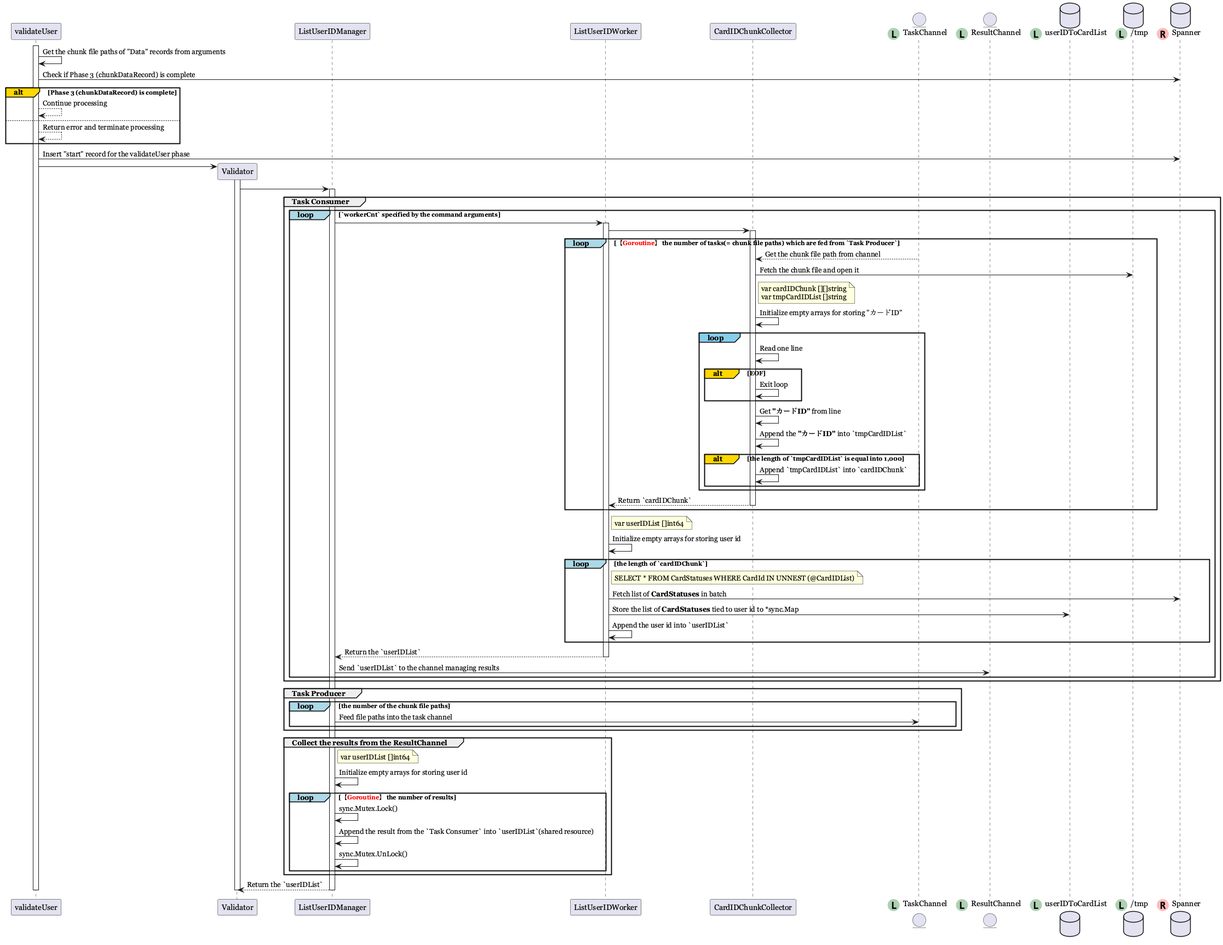
The PlantUML diagram en_validate_user.png in norun9/uml, before a commit.
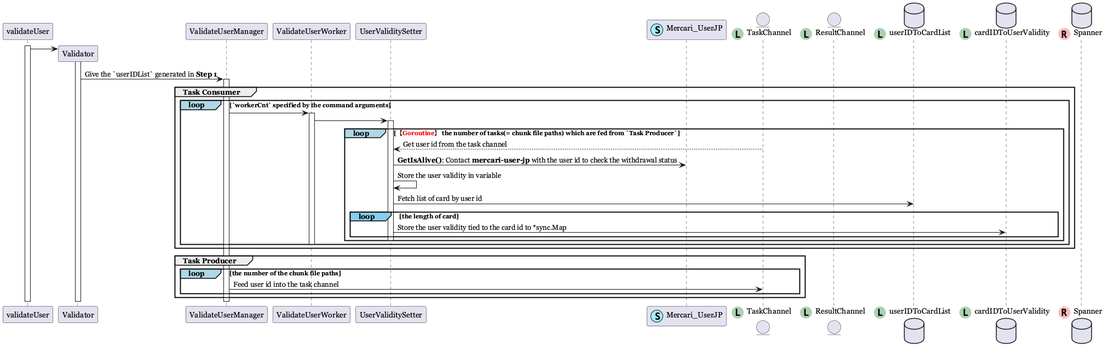
Later version of the same file.

What changed in the source:
```diff
@@ -2,93 +2,54 @@
 skinparam defaultFontName Georgia
 participant validateUser
 participant Validator
-participant ListUserIDManager
-participant ListUserIDWorker
-participant CardIDChunkCollector
+participant ValidateUserManager
+participant ValidateUserWorker
+participant UserValiditySetter
+
+participant Mercari_UserJP as ms << (S, #a4edfc) >>
 
 entity TaskChannel << (L, #ADD1B2) >>
 entity ResultChannel << (L, #ADD1B2) >>
 
 database userIDToCardList << (L, #ADD1B2) >>
-database "/tmp" as tmp << (L, #ADD1B2) >>
+database cardIDToUserValidity << (L, #ADD1B2) >>
 database Spanner << (R, #FFBBBB) >>
 activate validateUser
-validateUser -> validateUser: Get the chunk file paths of "Data" records from arguments
-validateUser -> Spanner: Check if Phase 3 (chunkDataRecord) is complete
-alt#Gold Phase 3 (chunkDataRecord) is complete
-    validateUser --> validateUser: Continue processing
-else
-    validateUser --> validateUser: Return error and terminate processing
-end
-
-validateUser -> Spanner: Insert "start" record for the validateUser phase
 
 create Validator
 validateUser -> Validator
 activate Validator
 
-Validator -> ListUserIDManager
-activate ListUserIDManager
+Validator -> ValidateUserManager: Give the `userIDList` generated in **Step 1**
+activate ValidateUserManager
 group Task Consumer
     loop#LightBlue `workerCnt` specified by the command arguments
-        ListUserIDManager -> ListUserIDWorker
-        activate ListUserIDWorker
-        ListUserIDWorker -> CardIDChunkCollector
+        ValidateUserManager -> ValidateUserWorker
+        activate ValidateUserWorker
+        ValidateUserWorker -> UserValiditySetter
 
         loop#LightBlue 【**<font color=red>Goroutine</font>**】 the number of tasks(= chunk file paths) which are fed from `Task Producer`
-            activate CardIDChunkCollector
-            TaskChannel --> CardIDChunkCollector: Get the chunk file path from channel
-            CardIDChunkCollector -> tmp: Fetch the chunk file and open it
-            note right of CardIDChunkCollector : var cardIDChunk [][]string\nvar tmpCardIDList []string
-            CardIDChunkCollector -> CardIDChunkCollector: Initialize empty arrays for storing "カードID"
-            loop#SkyBlue
-                CardIDChunkCollector -> CardIDChunkCollector: Read one line
-                alt#Gold EOF
-                    CardIDChunkCollector -> CardIDChunkCollector: Exit loop
-                end
-                CardIDChunkCollector -> CardIDChunkCollector: Get **"カードID"** from line
-                CardIDChunkCollector -> CardIDChunkCollector: Append the **"カードID"** into `tmpCardIDList`
-                alt#Gold the length of `tmpCardIDList` is equal into 1,000
-                    CardIDChunkCollector -> CardIDChunkCollector: Append `tmpCardIDList` into `cardIDChunk`
-                end
+            activate UserValiditySetter
+            TaskChannel --> UserValiditySetter: Get user id from the task channel
+            UserValiditySetter -> ms: **GetIsAlive()**: Contact **mercari-user-jp** with the user id to check the withdrawal status
+            UserValiditySetter -> UserValiditySetter: Store the user validity in variable
+            UserValiditySetter -> userIDToCardList: Fetch list of card by user id
+            loop#SkyBlue the length of card
+                UserValiditySetter -> cardIDToUserValidity: Store the user validity tied to the card id to *sync.Map
             end
-            CardIDChunkCollector --> ListUserIDWorker: Return `cardIDChunk`
-            deactivate CardIDChunkCollector
+            deactivate UserValiditySetter
         end
-        note right of ListUserIDWorker: var userIDList []int64
-        ListUserIDWorker -> ListUserIDWorker: Initialize empty arrays for storing user id
-        loop#LightBlue the length of `cardIDChunk`
-            note right of ListUserIDWorker: SELECT * FROM CardStatuses WHERE CardId IN UNNEST (@CardIDList)
-            ListUserIDWorker -> Spanner: Fetch list of **CardStatuses** in batch
-            ListUserIDWorker -> userIDToCardList: Store the list of **CardStatuses** tied to user id to *sync.Map
-            ListUserIDWorker -> ListUserIDWorker: Append the user id into `userIDList`
-        end
-        ListUserIDWorker --> ListUserIDManager: Return the `userIDList`
-        deactivate ListUserIDWorker
-        ListUserIDManager -> ResultChannel: Send `userIDList` to the channel managing results
+        deactivate ValidateUserWorker
     end
 end
 
 group Task Producer
     loop#LightBlue the number of the chunk file paths
-        ListUserIDManager -> TaskChannel: Feed file paths into the task channel
+        ValidateUserManager -> TaskChannel: Feed user id into the task channel
     end
 end
 
-
-group Collect the results from the ResultChannel
-    note right of ListUserIDManager: var userIDList []int64
-    ListUserIDManager -> ListUserIDManager: Initialize empty arrays for storing user id
-    loop#LightBlue 【**<font color=red>Goroutine</font>**】 the number of results
-        ListUserIDManager -> ListUserIDManager: sync.Mutex.Lock()
-        ListUserIDManager -> ListUserIDManager: Append the result from the `Task Consumer` into `userIDList`(shared resource)
-        ListUserIDManager -> ListUserIDManager: sync.Mutex.UnLock()
-    end
-end
-
-ListUserIDManager --> Validator: Return the `userIDList`
-
-deactivate ListUserIDManager
+deactivate ValidateUserManager
 
 deactivate Validator
 
```
